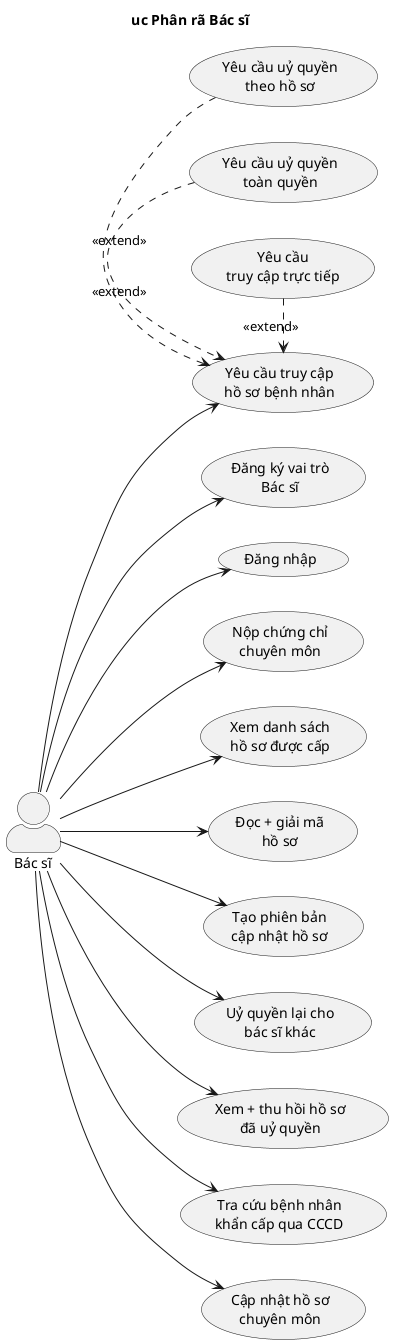
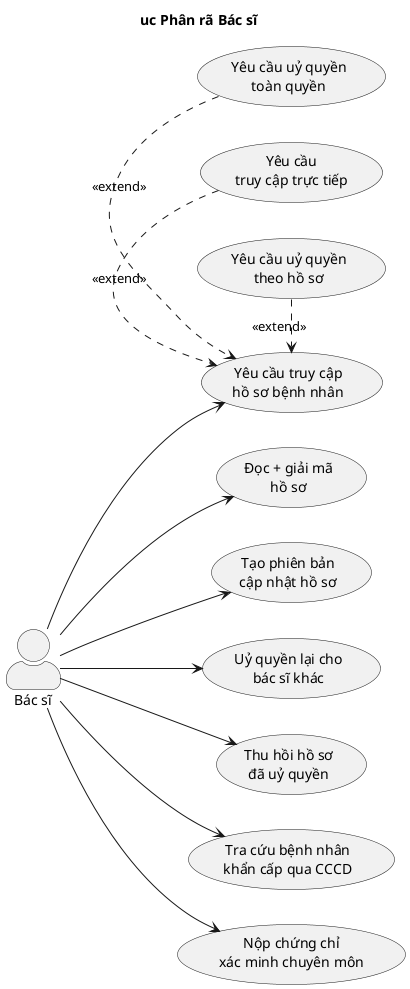
@startuml uc-bac-si
title uc Phân rã Bác sĩ
left to right direction
skinparam packageStyle rectangle
skinparam actorStyle awesome

actor "Bác sĩ" as Doctor

- usecase "Đăng ký vai trò\nBác sĩ" as UC_Register
- usecase "Đăng nhập" as UC_Login
- 
- usecase "Nộp chứng chỉ\nchuyên môn" as UC_Submit
- 
usecase "Yêu cầu truy cập\nhồ sơ bệnh nhân" as UC_Request
usecase "Yêu cầu\ntruy cập trực tiếp" as UC_RequestDirect
usecase "Yêu cầu uỷ quyền\ntheo hồ sơ" as UC_RequestRecord
usecase "Yêu cầu uỷ quyền\ntoàn quyền" as UC_RequestFull

- usecase "Xem danh sách\nhồ sơ được cấp" as UC_List
usecase "Đọc + giải mã\nhồ sơ" as UC_Read

usecase "Tạo phiên bản\ncập nhật hồ sơ" as UC_AddVersion

usecase "Uỷ quyền lại cho\nbác sĩ khác" as UC_Delegate
- usecase "Xem + thu hồi hồ sơ\nđã uỷ quyền" as UC_Outgoing
+ usecase "Thu hồi hồ sơ\nđã uỷ quyền" as UC_RevokeDelegate

usecase "Tra cứu bệnh nhân\nkhẩn cấp qua CCCD" as UC_Emergency

- usecase "Cập nhật hồ sơ\nchuyên môn" as UC_EditProfile
+ usecase "Nộp chứng chỉ\nxác minh chuyên môn" as UC_Submit

- Doctor --> UC_Register
- Doctor --> UC_Login
Doctor --> UC_Submit
Doctor --> UC_Request
- Doctor --> UC_List
Doctor --> UC_Read
Doctor --> UC_AddVersion
Doctor --> UC_Delegate
- Doctor --> UC_Outgoing
+ Doctor --> UC_RevokeDelegate
Doctor --> UC_Emergency
- Doctor --> UC_EditProfile

UC_RequestDirect .> UC_Request : <<extend>>
UC_RequestRecord .> UC_Request : <<extend>>
UC_RequestFull   .> UC_Request : <<extend>>

@enduml
